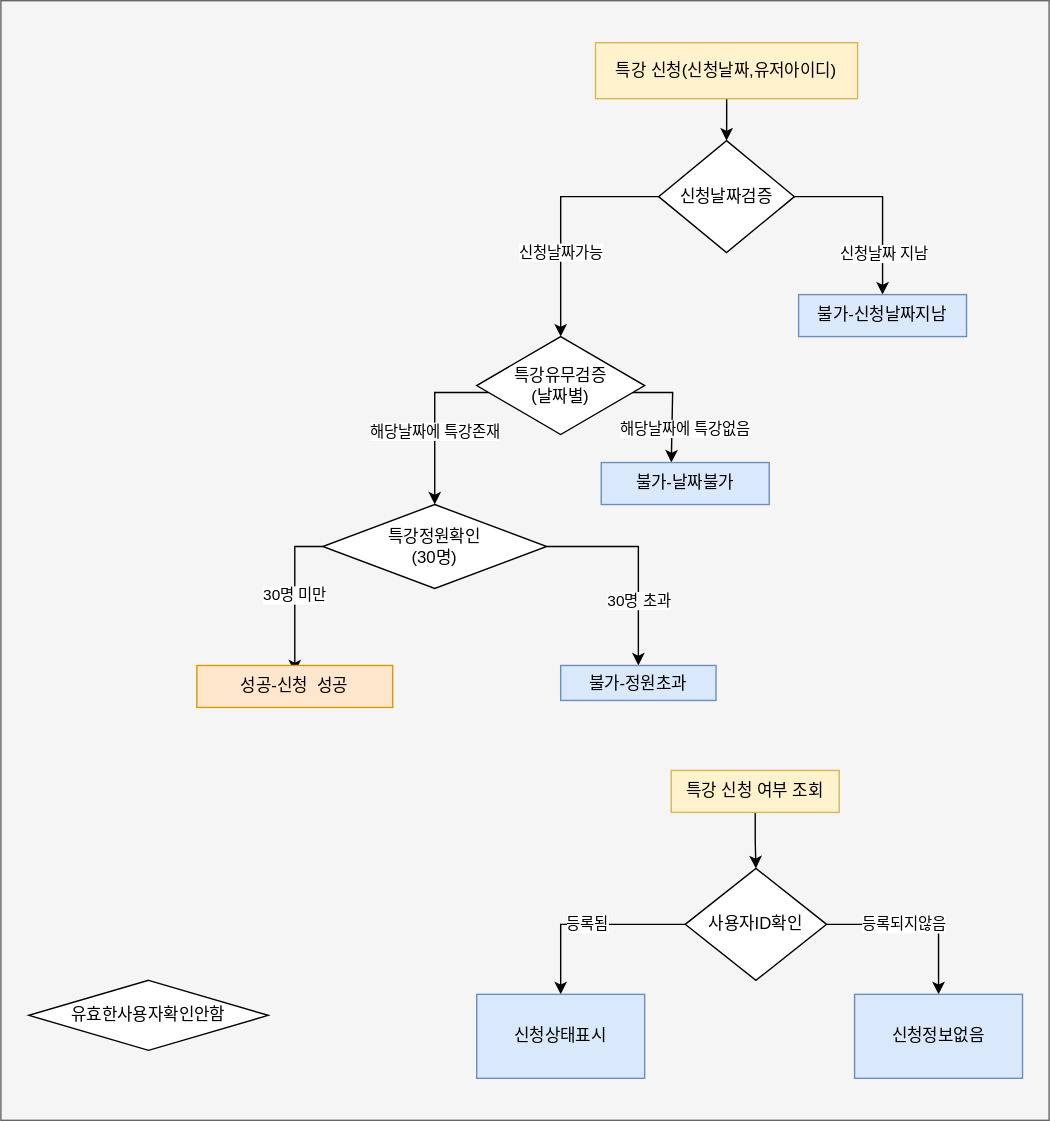
Before: src/main/java/com/tdd/speciallectureapply/document/diagram/2.service-flow.svg, a diagram exported from draw.io (kabalport/special-lecture-apply). Source tidied: cells renumbered, new cells last; positions are measured from the earlier drawing's top-left corner, leaving out a move shared by most shapes. Source of this version:
```xml
<mxGraphModel>
  <root>
    <mxCell id="0" />
    <mxCell id="1" parent="0" />
    <mxCell id="2" style="rounded=0;whiteSpace=wrap;html=1;fillColor=#f5f5f5;strokeColor=#666666;fontColor=#333333;" parent="1" vertex="1">
      <mxGeometry width="749" height="800" as="geometry" />
    </mxCell>
    <mxCell id="3" style="edgeStyle=orthogonalEdgeStyle;rounded=0;jettySize=auto;html=1;" parent="1" edge="1" source="4" target="8">
      <mxGeometry relative="1" as="geometry" />
    </mxCell>
    <mxCell id="4" value="특강 신청(신청날짜,유저아이디)" style="rounded=0;whiteSpace=wrap;html=1;fillColor=#fff2cc;strokeColor=#d6b656;" parent="1" vertex="1">
      <mxGeometry x="424.9" y="30" width="187.2" height="40" as="geometry" />
    </mxCell>
    <mxCell id="5" value="신청날짜가능" style="edgeStyle=orthogonalEdgeStyle;rounded=0;jettySize=auto;html=1;" parent="1" edge="1" source="8" target="11">
      <mxGeometry x="0.29" relative="1" as="geometry" />
    </mxCell>
    <mxCell id="6" style="edgeStyle=orthogonalEdgeStyle;rounded=0;jettySize=auto;html=1;" parent="1" edge="1" source="8" target="12">
      <mxGeometry relative="1" as="geometry" />
    </mxCell>
    <mxCell id="7" value="신청날짜 지남" style="edgeLabel;html=1;align=center;verticalAlign=middle;" parent="6" vertex="1">
      <mxGeometry x="0.24" y="2" relative="1" as="geometry">
        <mxPoint x="-2" y="20" as="offset" />
      </mxGeometry>
    </mxCell>
    <mxCell id="8" value="신청날짜검증" style="rhombus;whiteSpace=wrap;html=1;rounded=0;" parent="1" vertex="1">
      <mxGeometry x="470" y="100" width="97" height="80" as="geometry" />
    </mxCell>
    <mxCell id="9" value="해당날짜에 특강존재" style="edgeStyle=orthogonalEdgeStyle;rounded=0;jettySize=auto;html=1;entryX=0.5;entryY=0;entryDx=0;entryDy=0;" parent="1" edge="1" source="11" target="16">
      <mxGeometry x="0.14" relative="1" as="geometry">
        <Array as="points">
          <mxPoint x="310" y="280" />
        </Array>
      </mxGeometry>
    </mxCell>
    <mxCell id="10" value="해당날짜에 특강없음" style="edgeStyle=orthogonalEdgeStyle;rounded=0;jettySize=auto;html=1;entryX=0.417;entryY=0;entryDx=0;entryDy=0;entryPerimeter=0;" parent="1" edge="1" target="18">
      <mxGeometry x="0.43" y="10" relative="1" as="geometry">
        <mxPoint x="450" y="280" as="sourcePoint" />
        <Array as="points">
          <mxPoint x="480" y="280" />
        </Array>
        <mxPoint y="-1" as="offset" />
      </mxGeometry>
    </mxCell>
    <mxCell id="11" value="특강유무검증&lt;br&gt;(날짜별)" style="rhombus;whiteSpace=wrap;html=1;rounded=0;" parent="1" vertex="1">
      <mxGeometry x="340" y="240" width="120" height="70" as="geometry" />
    </mxCell>
    <mxCell id="12" value="불가-신청날짜지남" style="whiteSpace=wrap;html=1;rounded=0;fillColor=#dae8fc;strokeColor=#6c8ebf;" parent="1" vertex="1">
      <mxGeometry x="570" y="210" width="120" height="30" as="geometry" />
    </mxCell>
    <mxCell id="13" value="30명 미만" style="edgeStyle=orthogonalEdgeStyle;rounded=0;jettySize=auto;html=1;entryX=0.5;entryY=0.167;entryDx=0;entryDy=0;exitX=0;exitY=0.5;exitDx=0;exitDy=0;entryPerimeter=0;" parent="1" edge="1" source="16" target="17">
      <mxGeometry relative="1" as="geometry" />
    </mxCell>
    <mxCell id="14" style="edgeStyle=orthogonalEdgeStyle;rounded=0;jettySize=auto;html=1;" parent="1" edge="1" source="16" target="19">
      <mxGeometry relative="1" as="geometry" />
    </mxCell>
    <mxCell id="15" value="30명 초과" style="edgeLabel;html=1;align=center;verticalAlign=middle;" parent="14" vertex="1">
      <mxGeometry x="0.23" y="-1" relative="1" as="geometry">
        <mxPoint x="1" y="11" as="offset" />
      </mxGeometry>
    </mxCell>
    <mxCell id="16" value="특강정원확인&lt;br&gt;(30명)" style="rhombus;whiteSpace=wrap;html=1;rounded=0;" parent="1" vertex="1">
      <mxGeometry x="230" y="360" width="160" height="60" as="geometry" />
    </mxCell>
    <mxCell id="17" value="성공-신청&amp;nbsp; 성공" style="rounded=0;whiteSpace=wrap;html=1;fillColor=#ffe6cc;strokeColor=#d79b00;" parent="1" vertex="1">
      <mxGeometry x="140" y="475" width="140" height="30" as="geometry" />
    </mxCell>
    <mxCell id="18" value="불가-날짜불가" style="rounded=0;whiteSpace=wrap;html=1;fillColor=#dae8fc;strokeColor=#6c8ebf;" parent="1" vertex="1">
      <mxGeometry x="429" y="330" width="120" height="30" as="geometry" />
    </mxCell>
    <mxCell id="19" value="불가-정원초과" style="whiteSpace=wrap;html=1;rounded=0;fillColor=#dae8fc;strokeColor=#6c8ebf;" parent="1" vertex="1">
      <mxGeometry x="400" y="475" width="111" height="25" as="geometry" />
    </mxCell>
    <mxCell id="20" style="edgeStyle=orthogonalEdgeStyle;rounded=0;jettySize=auto;html=1;" parent="1" edge="1" source="21" target="25">
      <mxGeometry relative="1" as="geometry" />
    </mxCell>
    <mxCell id="21" value="특강 신청 여부 조회" style="rounded=0;whiteSpace=wrap;html=1;fillColor=#fff2cc;strokeColor=#d6b656;" parent="1" vertex="1">
      <mxGeometry x="479" y="550" width="120" height="30" as="geometry" />
    </mxCell>
    <mxCell id="22" style="edgeStyle=orthogonalEdgeStyle;rounded=0;jettySize=auto;html=1;entryX=0.5;entryY=0;entryDx=0;entryDy=0;" parent="1" edge="1" source="25" target="26">
      <mxGeometry relative="1" as="geometry" />
    </mxCell>
    <mxCell id="23" value="등록되지않음" style="edgeLabel;html=1;align=center;verticalAlign=middle;" parent="22" vertex="1">
      <mxGeometry x="-0.17" y="1" relative="1" as="geometry" />
    </mxCell>
    <mxCell id="24" value="등록됨" style="edgeStyle=orthogonalEdgeStyle;rounded=0;jettySize=auto;html=1;" parent="1" edge="1" source="25" target="27">
      <mxGeometry relative="1" as="geometry" />
    </mxCell>
    <mxCell id="25" value="사용자ID확인" style="rhombus;whiteSpace=wrap;html=1;" parent="1" vertex="1">
      <mxGeometry x="489" y="620" width="101" height="80" as="geometry" />
    </mxCell>
    <mxCell id="26" value="신청정보없음" style="rounded=0;whiteSpace=wrap;html=1;fillColor=#dae8fc;strokeColor=#6c8ebf;" parent="1" vertex="1">
      <mxGeometry x="610" y="710" width="120" height="60" as="geometry" />
    </mxCell>
    <mxCell id="27" value="신청상태표시" style="rounded=0;whiteSpace=wrap;html=1;fillColor=#dae8fc;strokeColor=#6c8ebf;" parent="1" vertex="1">
      <mxGeometry x="340" y="710" width="120" height="60" as="geometry" />
    </mxCell>
    <mxCell id="28" value="유효한사용자확인안함" style="rhombus;whiteSpace=wrap;html=1;rounded=0;" parent="1" vertex="1">
      <mxGeometry x="20" y="700" width="171" height="50" as="geometry" />
    </mxCell>
    <mxCell id="29" style="edgeStyle=orthogonalEdgeStyle;rounded=0;orthogonalLoop=1;jettySize=auto;html=1;exitX=0.5;exitY=1;exitDx=0;exitDy=0;" parent="1" edge="1" source="19" target="19">
      <mxGeometry relative="1" as="geometry" />
    </mxCell>
  </root>
</mxGraphModel>
```
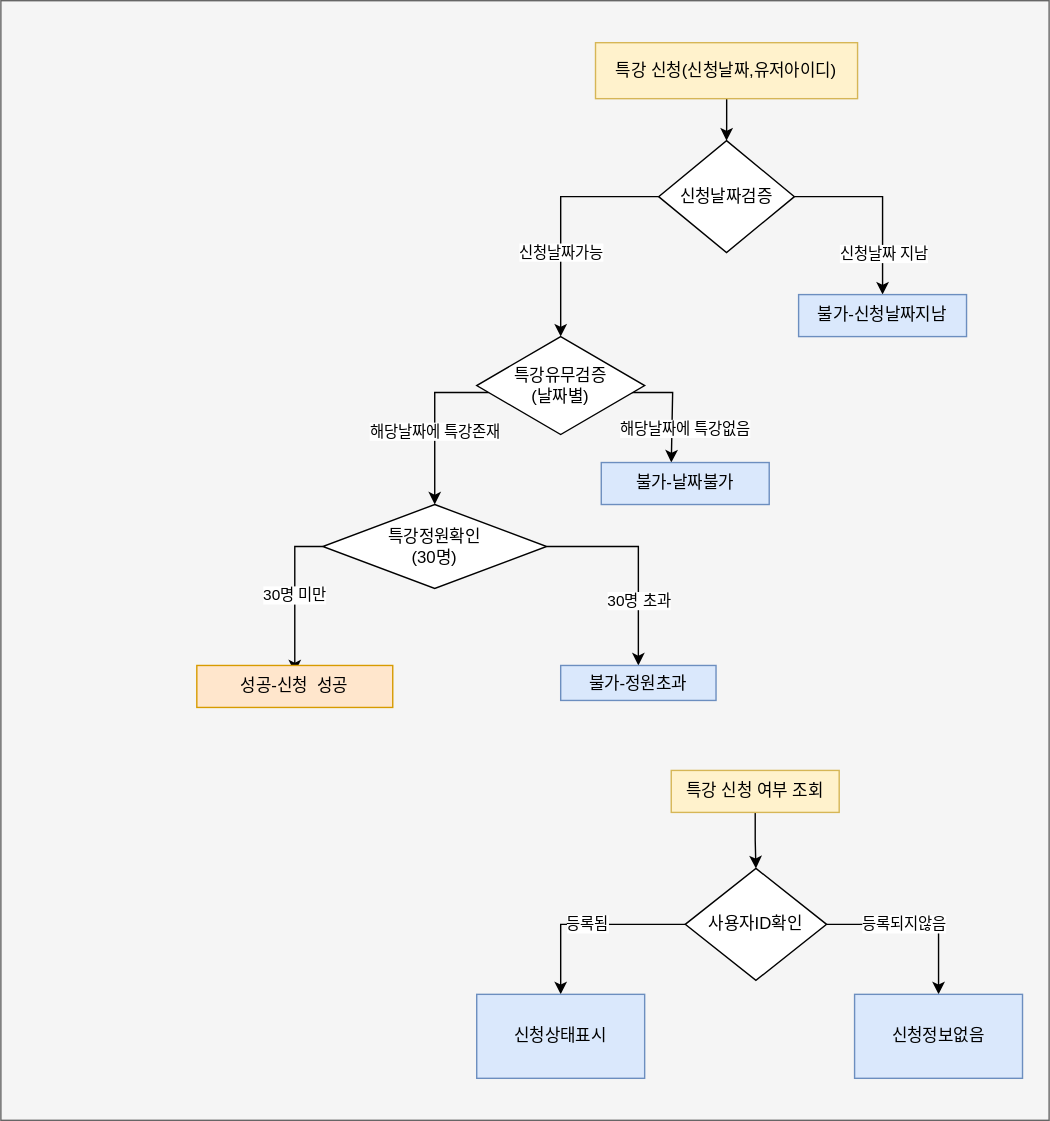
After the commit.

What changed in the source:
```diff
@@ -94,9 +94,6 @@
     <mxCell id="27" value="신청상태표시" style="rounded=0;whiteSpace=wrap;html=1;fillColor=#dae8fc;strokeColor=#6c8ebf;" parent="1" vertex="1">
       <mxGeometry x="340" y="710" width="120" height="60" as="geometry" />
     </mxCell>
-    <mxCell id="28" value="유효한사용자확인안함" style="rhombus;whiteSpace=wrap;html=1;rounded=0;" parent="1" vertex="1">
-      <mxGeometry x="20" y="700" width="171" height="50" as="geometry" />
-    </mxCell>
     <mxCell id="29" style="edgeStyle=orthogonalEdgeStyle;rounded=0;orthogonalLoop=1;jettySize=auto;html=1;exitX=0.5;exitY=1;exitDx=0;exitDy=0;" parent="1" edge="1" source="19" target="19">
       <mxGeometry relative="1" as="geometry" />
     </mxCell>
```
